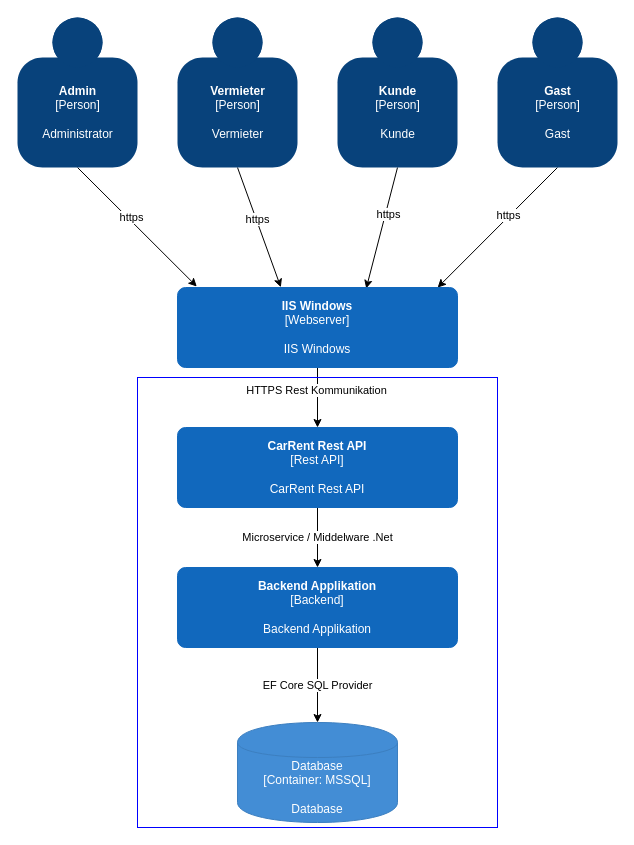
W1z4rd64/carrent keeps this draw.io diagram as page "Container" (2 of 3) of site/CarRent_BigPicture.drawio. Above is the earlier version. Source tidied: cells renumbered, new cells numbered last; positions are measured from the earlier drawing's top-left corner, leaving out a move shared by most shapes. Both pictures are drawn from the tidied source at 100%, with x=0, y=0 at pixel (17, 17).
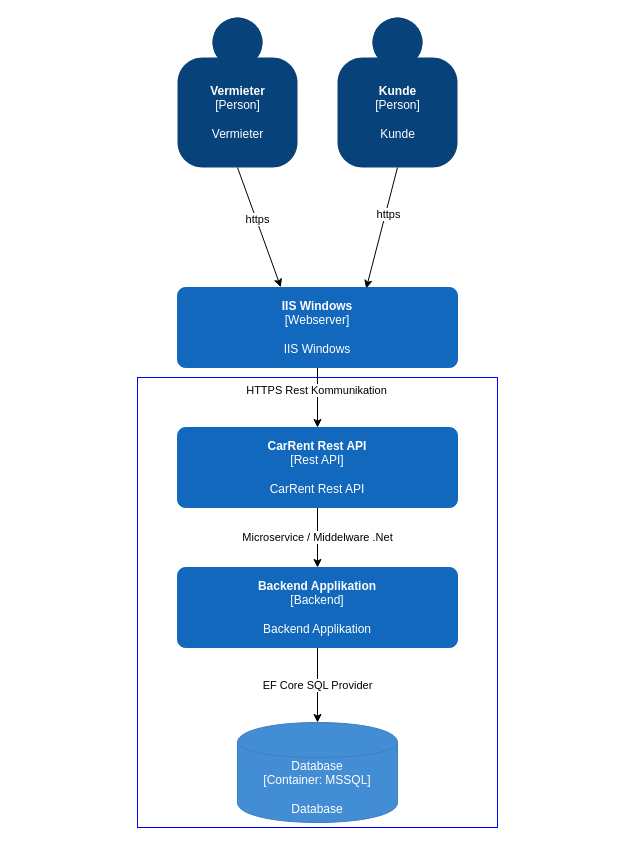
Above is the later version.

The change refers to these unchanged cells:
```xml
<object id="16" label="&lt;b&gt;%c4Name%&lt;/b&gt;&lt;div&gt;[%c4Type%]&lt;/div&gt;&lt;br&gt;&lt;div&gt;%c4Description%&lt;/div&gt;" c4Description="IIS Windows" c4Name="IIS Windows" c4Type="Webserver" placeholders="1">
  <mxCell style="rounded=1;whiteSpace=wrap;html=1;labelBackgroundColor=none;fillColor=#1168BD;fontColor=#ffffff;align=center;arcSize=10;strokeColor=#1168BD;metaData={&quot;c4Type&quot;:{&quot;editable&quot;:false}};points=[[0.25,0,0],[0.5,0,0],[0.75,0,0],[1,0.25,0],[1,0.5,0],[1,0.75,0],[0.75,1,0],[0.5,1,0],[0.25,1,0],[0,0.75,0],[0,0.5,0],[0,0.25,0]];" parent="1" vertex="1">
    <mxGeometry x="160" y="270" width="280" height="80" as="geometry" />
  </mxCell>
</object>
```

Diff of the diagram source:
```diff
@@
-    <mxCell id="2" style="edgeStyle=none;rounded=0;jettySize=auto;html=1;exitX=0.5;exitY=1;exitDx=0;exitDy=0;exitPerimeter=0;entryX=0.069;entryY=-0.012;entryDx=0;entryDy=0;entryPerimeter=0;" parent="1" edge="1" source="4" target="16">
-      <mxGeometry relative="1" as="geometry" />
-    </mxCell>
-    <mxCell id="3" value="https" style="edgeLabel;html=1;align=center;verticalAlign=middle;" parent="2" vertex="1">
-      <mxGeometry x="-0.12" y="-4" relative="1" as="geometry">
-        <mxPoint x="4.3" y="-5.3" as="offset" />
-      </mxGeometry>
-    </mxCell>
-    <object id="4" label="&lt;b&gt;%c4Name%&lt;/b&gt;&lt;div&gt;[%c4Type%]&lt;/div&gt;&lt;br&gt;&lt;div&gt;%c4Description%&lt;/div&gt;" c4Description="Administrator" c4Name="Admin" c4Type="Person" placeholders="1">
-      <mxCell style="html=1;dashed=0;whitespace=wrap;fillColor=#08427b;strokeColor=none;fontColor=#ffffff;shape=mxgraph.c4.person;align=center;points=[[0.5,0,0],[1,0.5,0],[1,0.75,0],[0.75,1,0],[0.5,1,0],[0.25,1,0],[0,0.75,0],[0,0.5,0]];metaData={&quot;c4Type&quot;:{&quot;editable&quot;:false}};" parent="1" vertex="1">
-        <mxGeometry width="120" height="150" as="geometry" />
-      </mxCell>
-    </object>
@@
-    <mxCell id="11" style="edgeStyle=none;rounded=0;jettySize=auto;html=1;exitX=0.5;exitY=1;exitDx=0;exitDy=0;exitPerimeter=0;entryX=0.929;entryY=0.001;entryDx=0;entryDy=0;entryPerimeter=0;" parent="1" edge="1" source="13" target="16">
-      <mxGeometry relative="1" as="geometry" />
-    </mxCell>
-    <mxCell id="12" value="https" style="edgeLabel;html=1;align=center;verticalAlign=middle;" parent="11" vertex="1">
-      <mxGeometry x="-0.33" y="-1" relative="1" as="geometry">
-        <mxPoint x="-9" y="8" as="offset" />
-      </mxGeometry>
-    </mxCell>
-    <object id="13" label="&lt;b&gt;%c4Name%&lt;/b&gt;&lt;div&gt;[%c4Type%]&lt;/div&gt;&lt;br&gt;&lt;div&gt;%c4Description%&lt;/div&gt;" c4Description="Gast" c4Name="Gast" c4Type="Person" placeholders="1">
-      <mxCell style="html=1;dashed=0;whitespace=wrap;fillColor=#08427b;strokeColor=none;fontColor=#ffffff;shape=mxgraph.c4.person;align=center;points=[[0.5,0,0],[1,0.5,0],[1,0.75,0],[0.75,1,0],[0.5,1,0],[0.25,1,0],[0,0.75,0],[0,0.5,0]];metaData={&quot;c4Type&quot;:{&quot;editable&quot;:false}};" parent="1" vertex="1">
-        <mxGeometry x="480" width="120" height="150" as="geometry" />
-      </mxCell>
-    </object>
```
